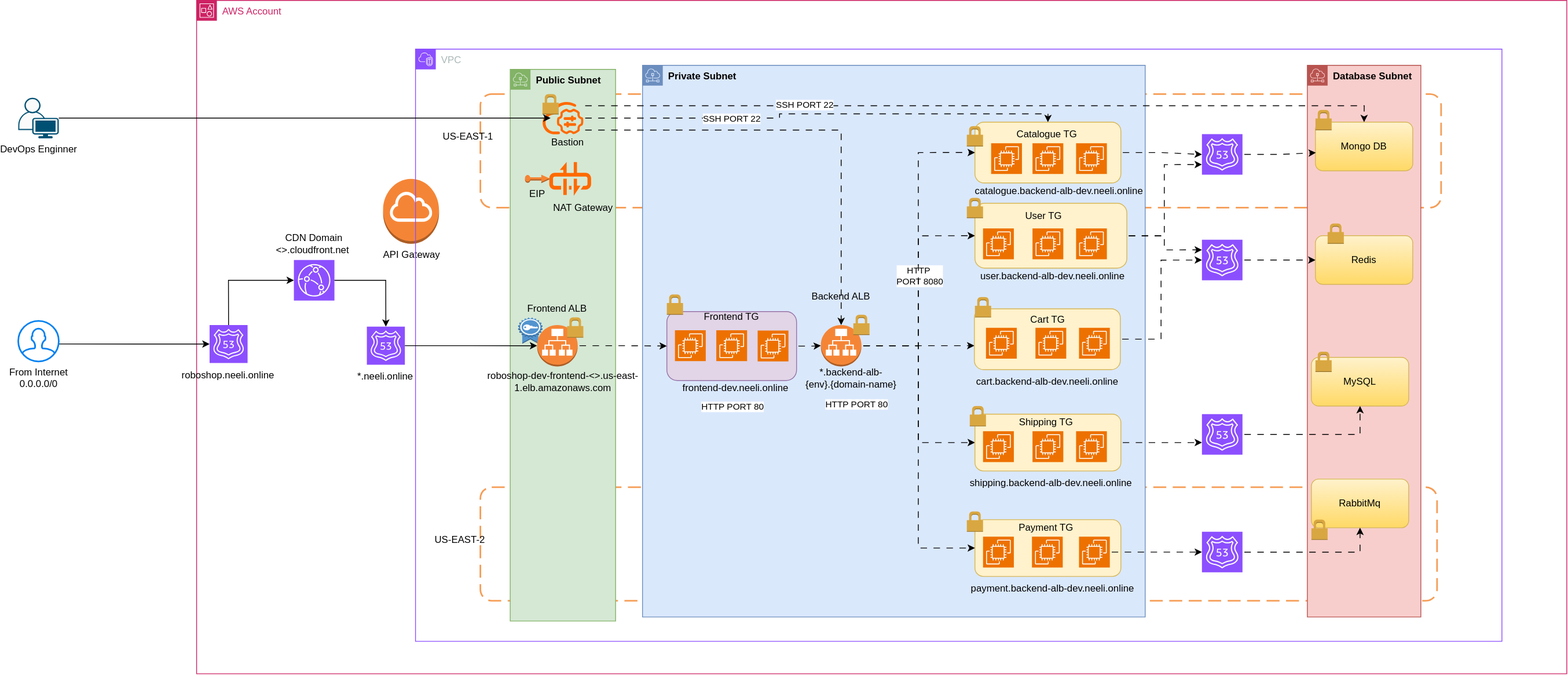
Above: images/roboshop-dev.drawio.svg in maheshbabu22neeli/terraform-application-roboshop-dev (draw.io), before the change. Source tidied: cells renumbered, new cells last; positions are measured from the earlier drawing's top-left corner, leaving out a move shared by most shapes.
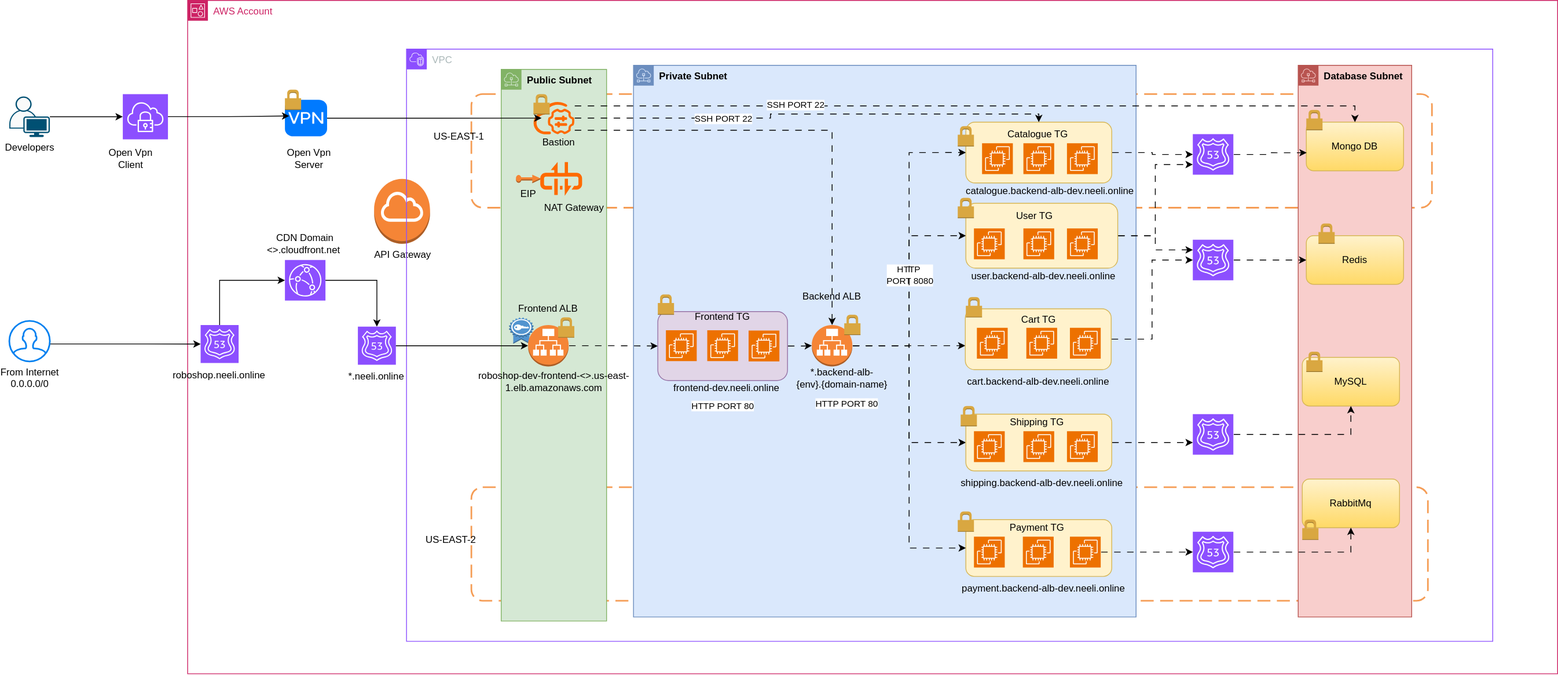
Above is the later version.

Commit message:
Terraform: Read Me Updated

Change to the diagram source:
```diff
@@ -5,6 +5,9 @@
     <mxCell id="2" value="AWS Account" style="gradientColor=none;html=1;whiteSpace=wrap;fontSize=12;fontStyle=0;shape=mxgraph.aws4.group;grIcon=mxgraph.aws4.group_account;strokeColor=#CD2264;fillColor=none;verticalAlign=top;align=left;spacingLeft=30;fontColor=#CD2264;dashed=0;" parent="1" vertex="1">
       <mxGeometry x="220" width="1690" height="830" as="geometry" />
     </mxCell>
+    <mxCell id="119" style="html=1;strokeWidth=1;shadow=0;dashed=0;shape=mxgraph.ios7.misc.vpn;fillColor=#007AFF;strokeColor=none;buttonText=;strokeColor2=#222222;fontColor=#222222;fontSize=8;verticalLabelPosition=bottom;verticalAlign=top;align=center;sketch=0;" parent="2" vertex="1">
+      <mxGeometry x="120" y="122.5" width="52" height="45" as="geometry" />
+    </mxCell>
     <mxCell id="3" value="API Gateway" style="dashed=0;verticalLabelPosition=bottom;verticalAlign=top;align=center;html=1;shape=mxgraph.aws3.internet_gateway;fillColor=#F58536;gradientColor=none;" parent="2" vertex="1">
       <mxGeometry x="230" y="220" width="69" height="80" as="geometry" />
     </mxCell>
@@ -32,11 +35,17 @@
     <mxCell id="11" value="roboshop.neeli.online" style="text;html=1;whiteSpace=wrap;strokeColor=none;fillColor=none;align=center;verticalAlign=middle;rounded=0;" parent="2" vertex="1">
       <mxGeometry x="-25.6" y="447" width="130" height="30" as="geometry" />
     </mxCell>
+    <mxCell id="120" style="dashed=0;html=1;shape=mxgraph.aws3.permissions;fillColor=#D9A741;gradientColor=none;dashed=0;" parent="2" vertex="1">
+      <mxGeometry x="120" y="110" width="20" height="25" as="geometry" />
+    </mxCell>
+    <mxCell id="121" value="Open Vpn Server" style="text;html=1;whiteSpace=wrap;strokeColor=none;fillColor=none;align=center;verticalAlign=middle;rounded=0;" parent="2" vertex="1">
+      <mxGeometry x="120" y="180" width="60" height="30" as="geometry" />
+    </mxCell>
     <mxCell id="12" value="VPC" style="gradientColor=none;html=1;whiteSpace=wrap;fontSize=12;fontStyle=0;shape=mxgraph.aws4.group;grIcon=mxgraph.aws4.group_vpc2;strokeColor=#8C4FFF;fillColor=none;verticalAlign=top;align=left;spacingLeft=30;fontColor=#AAB7B8;dashed=0;" parent="1" vertex="1">
       <mxGeometry x="490" y="60" width="1340" height="730" as="geometry" />
     </mxCell>
-    <mxCell id="13" value="DevOps Enginner" style="points=[[0.35,0,0],[0.98,0.51,0],[1,0.71,0],[0.67,1,0],[0,0.795,0],[0,0.65,0]];verticalLabelPosition=bottom;sketch=0;html=1;verticalAlign=top;align=center;shape=mxgraph.cisco19.user2;fillColor=#fafafa;strokeColor=#005073;" parent="1" vertex="1">
-      <mxGeometry y="120" width="50" height="50" as="geometry" />
+    <mxCell id="13" value="Developers" style="points=[[0.35,0,0],[0.98,0.51,0],[1,0.71,0],[0.67,1,0],[0,0.795,0],[0,0.65,0]];verticalLabelPosition=bottom;sketch=0;html=1;verticalAlign=top;align=center;shape=mxgraph.cisco19.user2;fillColor=#fafafa;strokeColor=#005073;" parent="1" vertex="1">
+      <mxGeometry y="118.3" width="50" height="50" as="geometry" />
     </mxCell>
     <mxCell id="14" style="rounded=1;arcSize=10;dashed=1;strokeColor=#F59D56;fillColor=none;gradientColor=none;dashPattern=8 4;strokeWidth=2;" parent="1" vertex="1">
       <mxGeometry x="570" y="115.5" width="1185" height="140" as="geometry" />
@@ -205,7 +214,7 @@
     <mxCell id="58" style="dashed=0;html=1;shape=mxgraph.aws3.permissions;fillColor=#D9A741;gradientColor=none;dashed=0;" parent="1" vertex="1">
       <mxGeometry x="646.6" y="115.5" width="20" height="25" as="geometry" />
     </mxCell>
-    <mxCell id="59" style="edgeStyle=orthogonalEdgeStyle;rounded=0;jettySize=auto;html=1;entryX=0.198;entryY=0.5;entryDx=0;entryDy=0;entryPerimeter=0;" parent="1" edge="1" source="13" target="45">
+    <mxCell id="59" style="edgeStyle=orthogonalEdgeStyle;rounded=0;jettySize=auto;html=1;entryX=0.198;entryY=0.5;entryDx=0;entryDy=0;entryPerimeter=0;" parent="1" edge="1" source="119" target="45">
       <mxGeometry relative="1" as="geometry" />
     </mxCell>
     <mxCell id="60" value="EIP" style="dashed=0;verticalLabelPosition=bottom;verticalAlign=top;align=center;html=1;shape=mxgraph.aws3.elastic_ip;fillColor=#F58534;gradientColor=none;" parent="1" vertex="1">
@@ -395,5 +404,17 @@
     <mxCell id="118" style="sketch=0;points=[[0,0,0],[0.25,0,0],[0.5,0,0],[0.75,0,0],[1,0,0],[0,1,0],[0.25,1,0],[0.5,1,0],[0.75,1,0],[1,1,0],[0,0.25,0],[0,0.5,0],[0,0.75,0],[1,0.25,0],[1,0.5,0],[1,0.75,0]];outlineConnect=0;fontColor=#232F3E;fillColor=#8C4FFF;strokeColor=#ffffff;dashed=0;verticalLabelPosition=bottom;verticalAlign=top;align=center;html=1;fontSize=12;fontStyle=0;shape=mxgraph.aws4.resourceIcon;resIcon=mxgraph.aws4.route_53;" parent="1" vertex="1">
       <mxGeometry x="1460" y="164.8" width="50" height="50" as="geometry" />
     </mxCell>
+    <mxCell id="122" style="sketch=0;points=[[0,0,0],[0.25,0,0],[0.5,0,0],[0.75,0,0],[1,0,0],[0,1,0],[0.25,1,0],[0.5,1,0],[0.75,1,0],[1,1,0],[0,0.25,0],[0,0.5,0],[0,0.75,0],[1,0.25,0],[1,0.5,0],[1,0.75,0]];outlineConnect=0;fontColor=#232F3E;fillColor=#8C4FFF;strokeColor=#ffffff;dashed=0;verticalLabelPosition=bottom;verticalAlign=top;align=center;html=1;fontSize=12;fontStyle=0;shape=mxgraph.aws4.resourceIcon;resIcon=mxgraph.aws4.client_vpn;" parent="1" vertex="1">
+      <mxGeometry x="140" y="115.5" width="55.7" height="55.7" as="geometry" />
+    </mxCell>
+    <mxCell id="123" style="edgeStyle=orthogonalEdgeStyle;rounded=0;jettySize=auto;html=1;entryX=0;entryY=0.5;entryDx=0;entryDy=0;entryPerimeter=0;" parent="1" edge="1" source="13" target="122">
+      <mxGeometry relative="1" as="geometry" />
+    </mxCell>
+    <mxCell id="124" style="edgeStyle=orthogonalEdgeStyle;rounded=0;jettySize=auto;html=1;entryX=0.102;entryY=0.442;entryDx=0;entryDy=0;entryPerimeter=0;" parent="1" edge="1" source="122" target="119">
+      <mxGeometry relative="1" as="geometry" />
+    </mxCell>
+    <mxCell id="125" value="Open Vpn Client" style="text;html=1;whiteSpace=wrap;strokeColor=none;fillColor=none;align=center;verticalAlign=middle;rounded=0;" parent="1" vertex="1">
+      <mxGeometry x="120" y="180" width="60" height="30" as="geometry" />
+    </mxCell>
   </root>
 </mxGraphModel>
```
